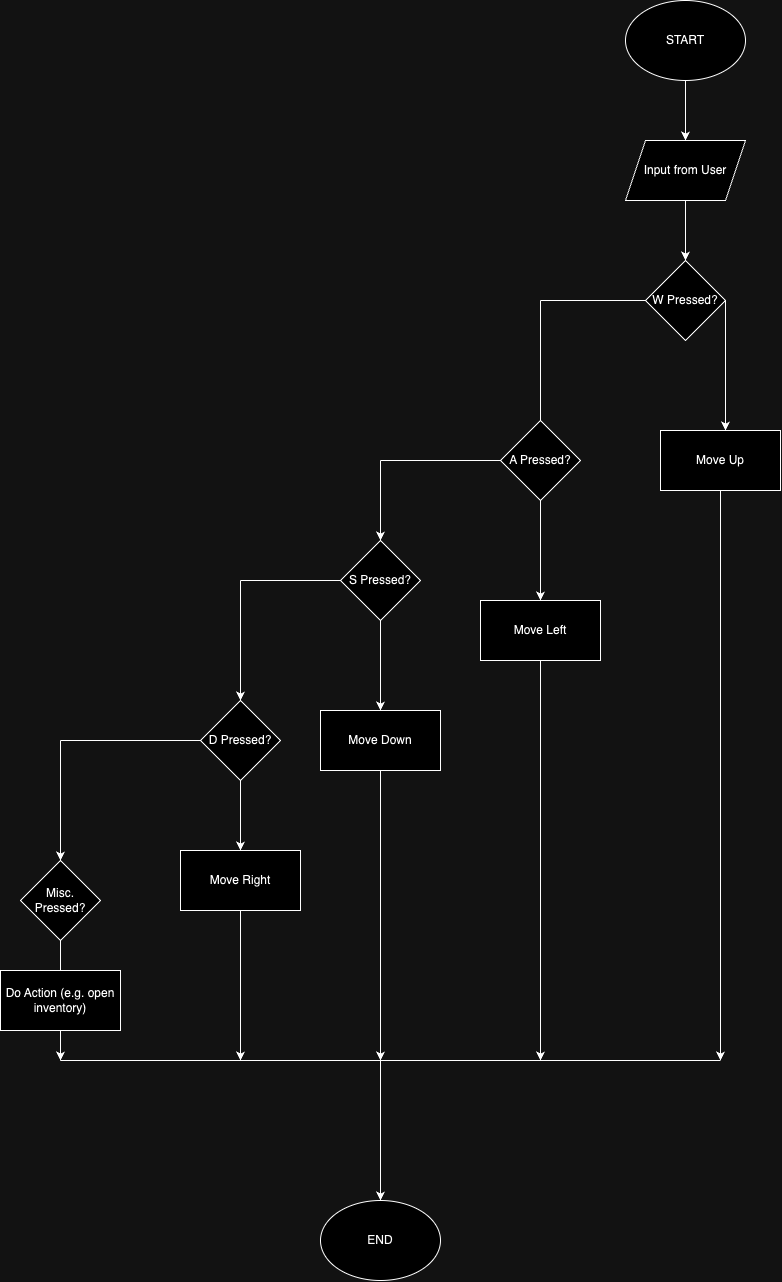
The draw.io diagram User Interaction.drawio.png in alxwuz/9CT1B-Task-3, before a commit. Source tidied: cells renumbered, new cells last; positions are measured from the earlier drawing's top-left corner, leaving out a move shared by most shapes.
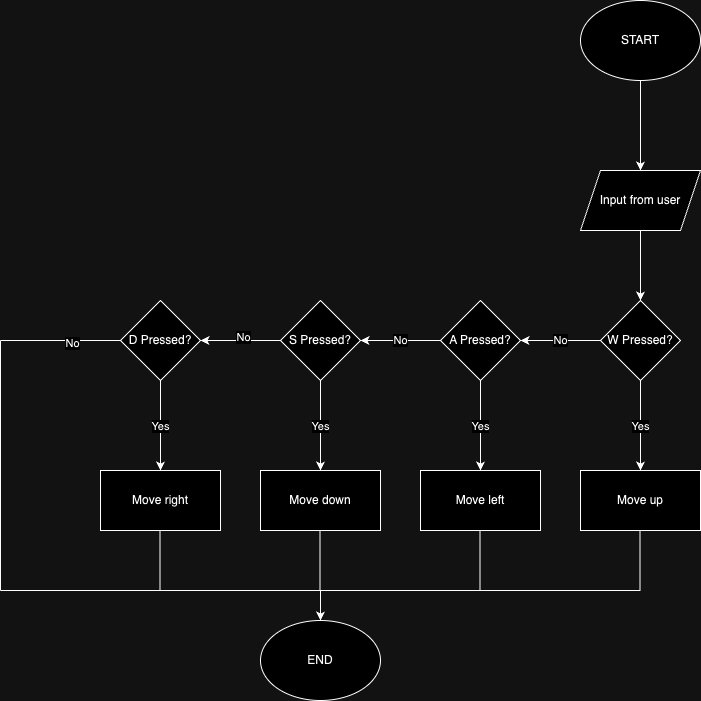
After the change.

Commit message:
Reworked the flowchart

The edit, as a diff of the source:
```diff
@@ -2,146 +2,118 @@
   <root>
     <mxCell id="0" />
     <mxCell id="1" parent="0" />
+    <mxCell id="36" style="edgeStyle=orthogonalEdgeStyle;rounded=0;jettySize=auto;html=1;" parent="1" edge="1" source="2" target="38">
+      <mxGeometry relative="1" as="geometry" />
+    </mxCell>
     <mxCell id="2" value="START" style="ellipse;whiteSpace=wrap;html=1;" parent="1" vertex="1">
-      <mxGeometry x="625" width="120" height="80" as="geometry" />
+      <mxGeometry x="610" y="270" width="120" height="80" as="geometry" />
     </mxCell>
-    <mxCell id="3" style="endArrow=classic;html=1;rounded=0;exitX=0.5;exitY=1;exitDx=0;exitDy=0;" parent="1" edge="1" source="2">
-      <mxGeometry relative="1" as="geometry">
-        <mxPoint x="685" y="140" as="targetPoint" />
-      </mxGeometry>
-    </mxCell>
-    <mxCell id="4" value="Input from User" style="shape=parallelogram;perimeter=parallelogramPerimeter;whiteSpace=wrap;html=1;fixedSize=1;" parent="1" vertex="1">
-      <mxGeometry x="625" y="140" width="120" height="60" as="geometry" />
-    </mxCell>
-    <mxCell id="5" style="endArrow=classic;html=1;rounded=0;exitX=0.5;exitY=1;exitDx=0;exitDy=0;" parent="1" edge="1" source="4">
-      <mxGeometry relative="1" as="geometry">
-        <mxPoint x="685" y="260" as="targetPoint" />
-      </mxGeometry>
-    </mxCell>
+    <mxCell id="37" style="edgeStyle=orthogonalEdgeStyle;rounded=0;jettySize=auto;html=1;" parent="1" edge="1" source="38" target="6">
+      <mxGeometry relative="1" as="geometry" />
+    </mxCell>
+    <mxCell id="38" value="Input from user" style="shape=parallelogram;perimeter=parallelogramPerimeter;whiteSpace=wrap;html=1;fixedSize=1;" parent="1" vertex="1">
+      <mxGeometry x="610" y="440" width="120" height="60" as="geometry" />
+    </mxCell>
+    <mxCell id="39" value="No" style="edgeStyle=orthogonalEdgeStyle;rounded=0;jettySize=auto;html=1;" parent="1" edge="1" source="6" target="10">
+      <mxGeometry relative="1" as="geometry" />
+    </mxCell>
+    <mxCell id="40" value="Yes" style="edgeStyle=orthogonalEdgeStyle;rounded=0;jettySize=auto;html=1;" parent="1" edge="1" source="6" target="47">
+      <mxGeometry relative="1" as="geometry" />
+    </mxCell>
     <mxCell id="6" value="W Pressed?" style="rhombus;whiteSpace=wrap;html=1;" parent="1" vertex="1">
-      <mxGeometry x="645" y="260" width="80" height="80" as="geometry" />
+      <mxGeometry x="630" y="570" width="80" height="80" as="geometry" />
     </mxCell>
-    <mxCell id="7" style="endArrow=none;html=1;rounded=0;entryX=0;entryY=0.5;entryDx=0;entryDy=0;" parent="1" edge="1" target="6">
-      <mxGeometry relative="1" as="geometry">
-        <mxPoint x="540" y="300" as="sourcePoint" />
-      </mxGeometry>
-    </mxCell>
-    <mxCell id="8" style="endArrow=none;html=1;rounded=0;" parent="1" edge="1">
-      <mxGeometry relative="1" as="geometry">
-        <mxPoint x="540" y="420" as="sourcePoint" />
-        <mxPoint x="540" y="300" as="targetPoint" />
-      </mxGeometry>
-    </mxCell>
-    <mxCell id="9" style="edgeStyle=orthogonalEdgeStyle;rounded=0;jettySize=auto;html=1;" parent="1" edge="1" source="29">
-      <mxGeometry relative="1" as="geometry">
-        <mxPoint x="540" y="1060" as="targetPoint" />
-      </mxGeometry>
-    </mxCell>
+    <mxCell id="41" value="No" style="edgeStyle=orthogonalEdgeStyle;rounded=0;jettySize=auto;html=1;" parent="1" edge="1" source="10" target="14">
+      <mxGeometry relative="1" as="geometry" />
+    </mxCell>
+    <mxCell id="42" value="Yes" style="edgeStyle=orthogonalEdgeStyle;rounded=0;jettySize=auto;html=1;" parent="1" edge="1" source="10" target="48">
+      <mxGeometry relative="1" as="geometry" />
+    </mxCell>
     <mxCell id="10" value="A Pressed?" style="rhombus;whiteSpace=wrap;html=1;" parent="1" vertex="1">
-      <mxGeometry x="500" y="420" width="80" height="80" as="geometry" />
+      <mxGeometry x="470" y="570" width="80" height="80" as="geometry" />
     </mxCell>
-    <mxCell id="11" style="endArrow=none;html=1;rounded=0;entryX=0;entryY=0.5;entryDx=0;entryDy=0;" parent="1" edge="1" target="10">
-      <mxGeometry relative="1" as="geometry">
-        <mxPoint x="380" y="460" as="sourcePoint" />
-      </mxGeometry>
-    </mxCell>
-    <mxCell id="12" style="edgeStyle=orthogonalEdgeStyle;rounded=0;jettySize=auto;html=1;exitX=0.5;exitY=1;exitDx=0;exitDy=0;" parent="1" edge="1" source="30">
-      <mxGeometry relative="1" as="geometry">
-        <mxPoint x="380" y="1060" as="targetPoint" />
-      </mxGeometry>
-    </mxCell>
-    <mxCell id="13" style="edgeStyle=orthogonalEdgeStyle;rounded=0;jettySize=auto;html=1;" parent="1" edge="1" source="14" target="30">
-      <mxGeometry relative="1" as="geometry" />
-    </mxCell>
+    <mxCell id="43" style="edgeStyle=orthogonalEdgeStyle;rounded=0;jettySize=auto;html=1;" parent="1" edge="1" source="14" target="18">
+      <mxGeometry relative="1" as="geometry" />
+    </mxCell>
+    <mxCell id="44" value="No" style="edgeLabel;html=1;align=center;verticalAlign=middle;" parent="43" vertex="1">
+      <mxGeometry x="-0.06" y="-4" relative="1" as="geometry" />
+    </mxCell>
+    <mxCell id="45" value="Yes" style="edgeStyle=orthogonalEdgeStyle;rounded=0;jettySize=auto;html=1;" parent="1" edge="1" source="14" target="49">
+      <mxGeometry relative="1" as="geometry" />
+    </mxCell>
     <mxCell id="14" value="S Pressed?" style="rhombus;whiteSpace=wrap;html=1;" parent="1" vertex="1">
-      <mxGeometry x="340" y="540" width="80" height="80" as="geometry" />
+      <mxGeometry x="310" y="570" width="80" height="80" as="geometry" />
     </mxCell>
-    <mxCell id="15" style="endArrow=none;html=1;rounded=0;entryX=0;entryY=0.5;entryDx=0;entryDy=0;" parent="1" edge="1" target="14">
-      <mxGeometry relative="1" as="geometry">
-        <mxPoint x="240" y="580" as="sourcePoint" />
-      </mxGeometry>
-    </mxCell>
-    <mxCell id="16" style="edgeStyle=orthogonalEdgeStyle;rounded=0;jettySize=auto;html=1;exitX=0.5;exitY=1;exitDx=0;exitDy=0;" parent="1" edge="1" source="31">
-      <mxGeometry relative="1" as="geometry">
-        <mxPoint x="240" y="1060" as="targetPoint" />
-      </mxGeometry>
-    </mxCell>
-    <mxCell id="17" style="edgeStyle=orthogonalEdgeStyle;rounded=0;jettySize=auto;html=1;exitX=0.5;exitY=1;exitDx=0;exitDy=0;entryX=0.5;entryY=0;entryDx=0;entryDy=0;" parent="1" edge="1" source="18" target="31">
-      <mxGeometry relative="1" as="geometry" />
-    </mxCell>
+    <mxCell id="46" value="Yes" style="edgeStyle=orthogonalEdgeStyle;rounded=0;jettySize=auto;html=1;" parent="1" edge="1" source="18" target="50">
+      <mxGeometry relative="1" as="geometry" />
+    </mxCell>
     <mxCell id="18" value="D Pressed?" style="rhombus;whiteSpace=wrap;html=1;" parent="1" vertex="1">
-      <mxGeometry x="200" y="700" width="80" height="80" as="geometry" />
+      <mxGeometry x="150" y="570" width="80" height="80" as="geometry" />
     </mxCell>
-    <mxCell id="19" style="endArrow=classic;html=1;rounded=0;entryX=0.5;entryY=0;entryDx=0;entryDy=0;" parent="1" edge="1" target="18">
-      <mxGeometry relative="1" as="geometry">
-        <mxPoint x="240" y="580" as="sourcePoint" />
-      </mxGeometry>
-    </mxCell>
-    <mxCell id="20" style="endArrow=classic;html=1;rounded=0;entryX=0.5;entryY=0;entryDx=0;entryDy=0;" parent="1" edge="1" target="14">
-      <mxGeometry relative="1" as="geometry">
-        <mxPoint x="380" y="460" as="sourcePoint" />
-      </mxGeometry>
-    </mxCell>
-    <mxCell id="21" style="endArrow=none;html=1;rounded=0;entryX=0;entryY=0.5;entryDx=0;entryDy=0;" parent="1" edge="1" target="18">
-      <mxGeometry relative="1" as="geometry">
-        <mxPoint x="60" y="740" as="sourcePoint" />
-      </mxGeometry>
-    </mxCell>
-    <mxCell id="22" style="endArrow=classic;html=1;rounded=0;" parent="1" edge="1">
-      <mxGeometry relative="1" as="geometry">
-        <mxPoint x="60" y="740" as="sourcePoint" />
-        <mxPoint x="60" y="860" as="targetPoint" />
-      </mxGeometry>
-    </mxCell>
-    <mxCell id="23" style="edgeStyle=orthogonalEdgeStyle;rounded=0;jettySize=auto;html=1;" parent="1" edge="1" source="24">
-      <mxGeometry relative="1" as="geometry">
-        <mxPoint x="60" y="1060" as="targetPoint" />
-      </mxGeometry>
-    </mxCell>
-    <mxCell id="24" value="Misc. Pressed?" style="rhombus;whiteSpace=wrap;html=1;" parent="1" vertex="1">
-      <mxGeometry x="20" y="860" width="80" height="80" as="geometry" />
-    </mxCell>
-    <mxCell id="25" style="endArrow=classic;html=1;rounded=0;exitX=1;exitY=0.5;exitDx=0;exitDy=0;" parent="1" edge="1" source="6">
-      <mxGeometry relative="1" as="geometry">
-        <mxPoint x="725" y="430" as="targetPoint" />
-      </mxGeometry>
-    </mxCell>
-    <mxCell id="26" style="edgeStyle=orthogonalEdgeStyle;rounded=0;jettySize=auto;html=1;" parent="1" edge="1" source="27">
-      <mxGeometry relative="1" as="geometry">
-        <mxPoint x="720" y="1060" as="targetPoint" />
-      </mxGeometry>
-    </mxCell>
-    <mxCell id="27" value="Move Up" style="rounded=0;whiteSpace=wrap;html=1;" parent="1" vertex="1">
-      <mxGeometry x="660" y="430" width="120" height="60" as="geometry" />
-    </mxCell>
-    <mxCell id="28" style="edgeStyle=orthogonalEdgeStyle;rounded=0;jettySize=auto;html=1;" parent="1" edge="1" source="10" target="29">
-      <mxGeometry relative="1" as="geometry" />
-    </mxCell>
-    <mxCell id="29" value="Move Left" style="rounded=0;whiteSpace=wrap;html=1;" parent="1" vertex="1">
-      <mxGeometry x="480" y="600" width="120" height="60" as="geometry" />
-    </mxCell>
-    <mxCell id="30" value="Move Down" style="rounded=0;whiteSpace=wrap;html=1;" parent="1" vertex="1">
-      <mxGeometry x="320" y="710" width="120" height="60" as="geometry" />
-    </mxCell>
-    <mxCell id="31" value="Move Right" style="rounded=0;whiteSpace=wrap;html=1;" parent="1" vertex="1">
-      <mxGeometry x="180" y="850" width="120" height="60" as="geometry" />
-    </mxCell>
-    <mxCell id="32" value="Do Action (e.g. open inventory)" style="rounded=0;whiteSpace=wrap;html=1;" parent="1" vertex="1">
-      <mxGeometry y="970" width="120" height="60" as="geometry" />
-    </mxCell>
-    <mxCell id="33" style="endArrow=none;html=1;rounded=0;" parent="1" edge="1">
-      <mxGeometry relative="1" as="geometry">
-        <mxPoint x="60" y="1060" as="sourcePoint" />
-        <mxPoint x="720" y="1060" as="targetPoint" />
-      </mxGeometry>
-    </mxCell>
+    <mxCell id="47" value="Move up" style="whiteSpace=wrap;html=1;" parent="1" vertex="1">
+      <mxGeometry x="610" y="740" width="120" height="60" as="geometry" />
+    </mxCell>
+    <mxCell id="48" value="Move left" style="whiteSpace=wrap;html=1;" parent="1" vertex="1">
+      <mxGeometry x="450" y="740" width="120" height="60" as="geometry" />
+    </mxCell>
+    <mxCell id="49" value="Move down" style="whiteSpace=wrap;html=1;" parent="1" vertex="1">
+      <mxGeometry x="290" y="740" width="120" height="60" as="geometry" />
+    </mxCell>
+    <mxCell id="50" value="Move right" style="whiteSpace=wrap;html=1;" parent="1" vertex="1">
+      <mxGeometry x="130" y="740" width="120" height="60" as="geometry" />
+    </mxCell>
     <mxCell id="34" value="END" style="ellipse;whiteSpace=wrap;html=1;" parent="1" vertex="1">
-      <mxGeometry x="320" y="1200" width="120" height="80" as="geometry" />
+      <mxGeometry x="290" y="890" width="120" height="80" as="geometry" />
     </mxCell>
-    <mxCell id="35" style="endArrow=classic;html=1;rounded=0;entryX=0.5;entryY=0;entryDx=0;entryDy=0;" parent="1" edge="1" target="34">
-      <mxGeometry relative="1" as="geometry">
-        <mxPoint x="380" y="1060" as="sourcePoint" />
-      </mxGeometry>
-    </mxCell>
+    <mxCell id="51" style="endArrow=none;html=1;rounded=0;" parent="1" edge="1">
+      <mxGeometry relative="1" as="geometry">
+        <mxPoint x="30" y="860" as="sourcePoint" />
+        <mxPoint x="30" y="610" as="targetPoint" />
+      </mxGeometry>
+    </mxCell>
+    <mxCell id="52" style="endArrow=none;html=1;rounded=0;" parent="1" edge="1">
+      <mxGeometry relative="1" as="geometry">
+        <mxPoint x="189.4" y="860" as="sourcePoint" />
+        <mxPoint x="189.4" y="800" as="targetPoint" />
+      </mxGeometry>
+    </mxCell>
+    <mxCell id="53" style="endArrow=none;html=1;rounded=0;" parent="1" edge="1">
+      <mxGeometry relative="1" as="geometry">
+        <mxPoint x="349.4" y="860" as="sourcePoint" />
+        <mxPoint x="349.4" y="800" as="targetPoint" />
+      </mxGeometry>
+    </mxCell>
+    <mxCell id="54" style="endArrow=none;html=1;rounded=0;" parent="1" edge="1">
+      <mxGeometry relative="1" as="geometry">
+        <mxPoint x="509.4" y="860" as="sourcePoint" />
+        <mxPoint x="509.4" y="800" as="targetPoint" />
+      </mxGeometry>
+    </mxCell>
+    <mxCell id="55" style="endArrow=none;html=1;rounded=0;" parent="1" edge="1">
+      <mxGeometry relative="1" as="geometry">
+        <mxPoint x="669.4" y="860" as="sourcePoint" />
+        <mxPoint x="669.4" y="800" as="targetPoint" />
+      </mxGeometry>
+    </mxCell>
+    <mxCell id="56" style="endArrow=none;html=1;rounded=0;" parent="1" edge="1">
+      <mxGeometry relative="1" as="geometry">
+        <mxPoint x="670" y="860" as="sourcePoint" />
+        <mxPoint x="30" y="860" as="targetPoint" />
+      </mxGeometry>
+    </mxCell>
+    <mxCell id="57" style="endArrow=classic;html=1;rounded=0;entryX=0.5;entryY=0;entryDx=0;entryDy=0;" parent="1" edge="1" target="34">
+      <mxGeometry relative="1" as="geometry">
+        <mxPoint x="350" y="860" as="sourcePoint" />
+      </mxGeometry>
+    </mxCell>
+    <mxCell id="58" style="endArrow=none;html=1;rounded=0;" parent="1" edge="1">
+      <mxGeometry relative="1" as="geometry">
+        <mxPoint x="30" y="610" as="sourcePoint" />
+        <mxPoint x="150" y="610" as="targetPoint" />
+      </mxGeometry>
+    </mxCell>
+    <mxCell id="59" value="No" style="edgeLabel;html=1;align=center;verticalAlign=middle;" parent="58" vertex="1">
+      <mxGeometry x="0.19" y="-2" relative="1" as="geometry" />
+    </mxCell>
   </root>
 </mxGraphModel>
```
